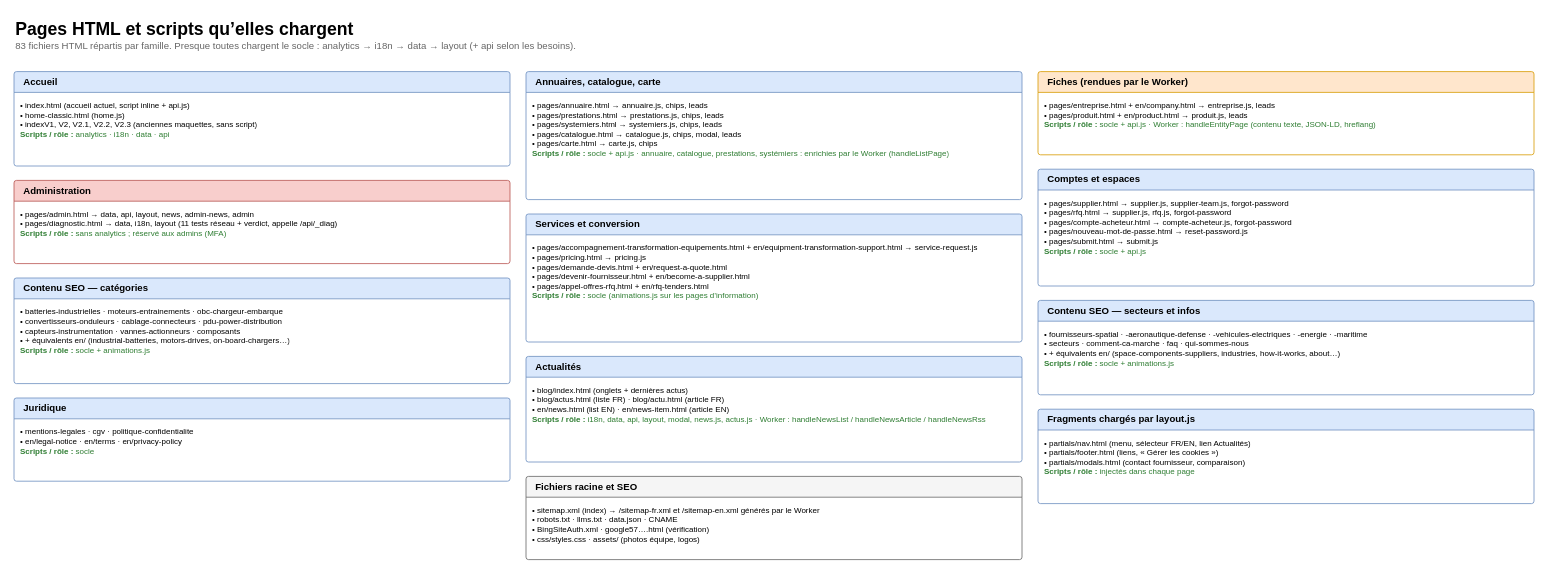
poixdamienpro/poixdamienpro.github.io keeps this draw.io diagram as page "3 · Pages HTML" (3 of 8) of Architecture-Buy-inner.drawio. Above is the earlier version. Source tidied: cells renumbered, new cells numbered last; positions are measured from the earlier drawing's top-left corner, leaving out a move shared by most shapes. Both pictures are drawn from the tidied source at 80%, with x=0, y=0 at pixel (14, 14).
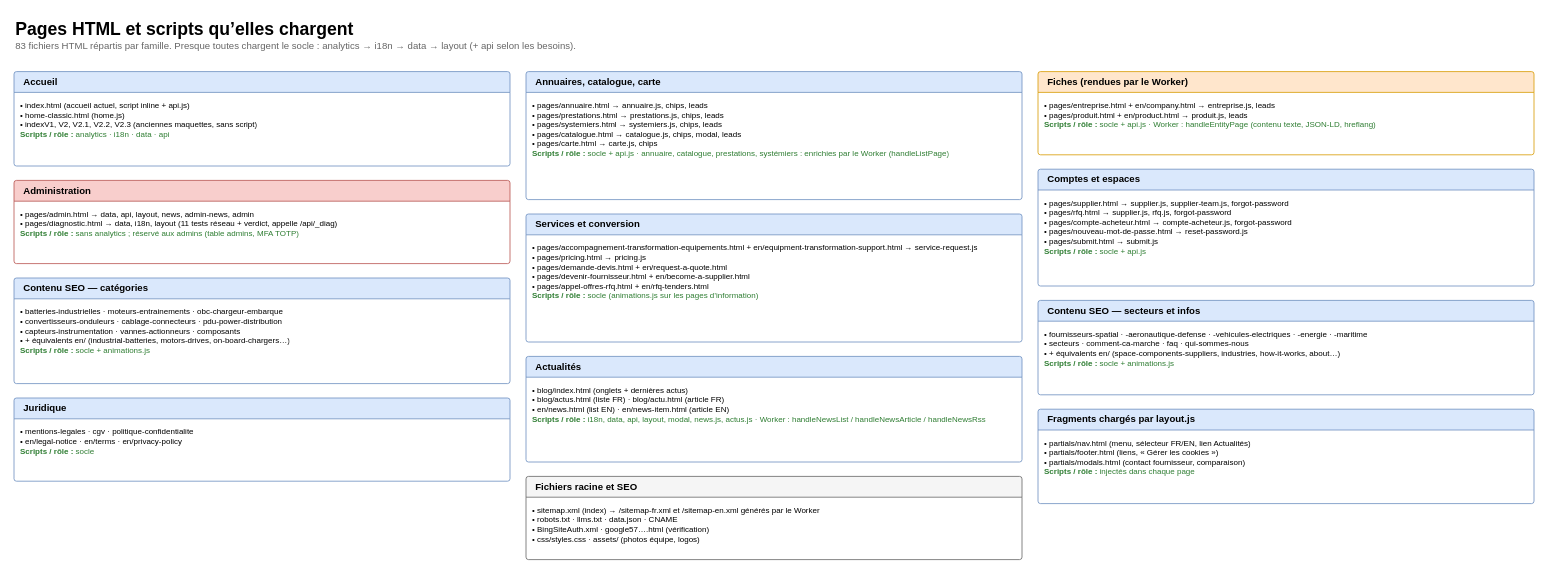
The same diagram, later.

Unchanged cells that the change refers to:
```xml
<mxCell id="11" value="Administration" style="swimlane;fontStyle=1;horizontal=1;startSize=30;fillColor=#F8CECC;strokeColor=#B85450;swimlaneFillColor=#FFFFFF;rounded=1;arcSize=4;whiteSpace=wrap;html=1;align=left;spacingLeft=10;fontSize=13;fontSize=12;startSize=26;" parent="1" vertex="1">
  <mxGeometry y="208" width="620" height="104" as="geometry" />
</mxCell>
```

Diff of the diagram source:
```diff
@@
-    <mxCell id="12" value="• pages/admin.html → data, api, layout, news, admin-news, admin&lt;br&gt;• pages/diagnostic.html → data, i18n, layout (11 tests réseau + verdict, appelle /api/_diag)&lt;br&gt;&lt;font color=&quot;#2E7D32&quot;&gt;&lt;b&gt;Scripts / rôle :&lt;/b&gt; sans analytics ; réservé aux admins (MFA)&lt;/font&gt;" style="text;html=1;align=left;verticalAlign=top;whiteSpace=wrap;overflow=hidden;fontSize=10;spacing=4;fontSize=10;" parent="11" vertex="1">
+    <mxCell id="12" value="• pages/admin.html → data, api, layout, news, admin-news, admin&lt;br&gt;• pages/diagnostic.html → data, i18n, layout (11 tests réseau + verdict, appelle /api/_diag)&lt;br&gt;&lt;font color=&quot;#2E7D32&quot;&gt;&lt;b&gt;Scripts / rôle :&lt;/b&gt; sans analytics ; réservé aux admins (table admins, MFA TOTP)&lt;/font&gt;" style="text;html=1;align=left;verticalAlign=top;whiteSpace=wrap;overflow=hidden;fontSize=10;spacing=4;fontSize=10;" parent="11" vertex="1">
       <mxGeometry x="4" y="28" width="612" height="74" as="geometry" />
     </mxCell>
```
